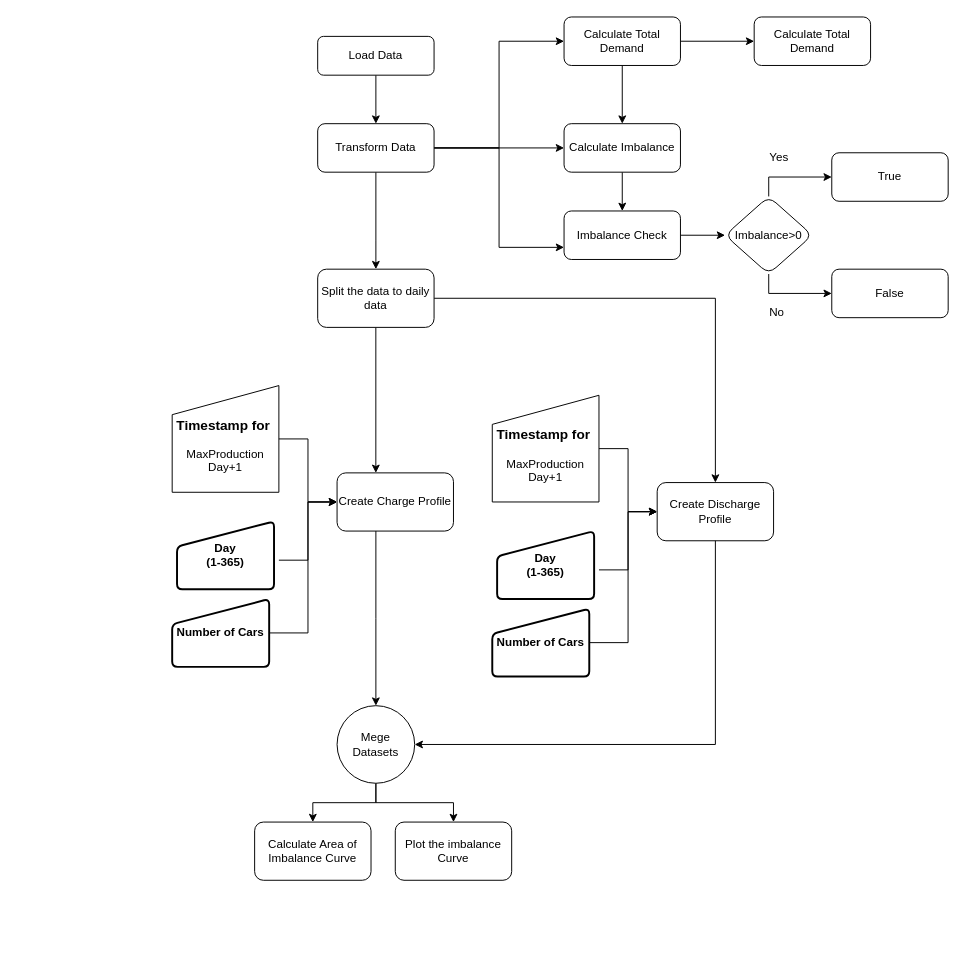
SteDiamant/MicroGridModeling keeps this draw.io diagram as ModelTopology.drawio. Above is the earlier version. Source tidied: cells renumbered, new cells numbered last; positions are measured from the earlier drawing's top-left corner, leaving out a move shared by most shapes. Both pictures are drawn from the tidied source at 97%, with x=0, y=0 at pixel (172, 16).
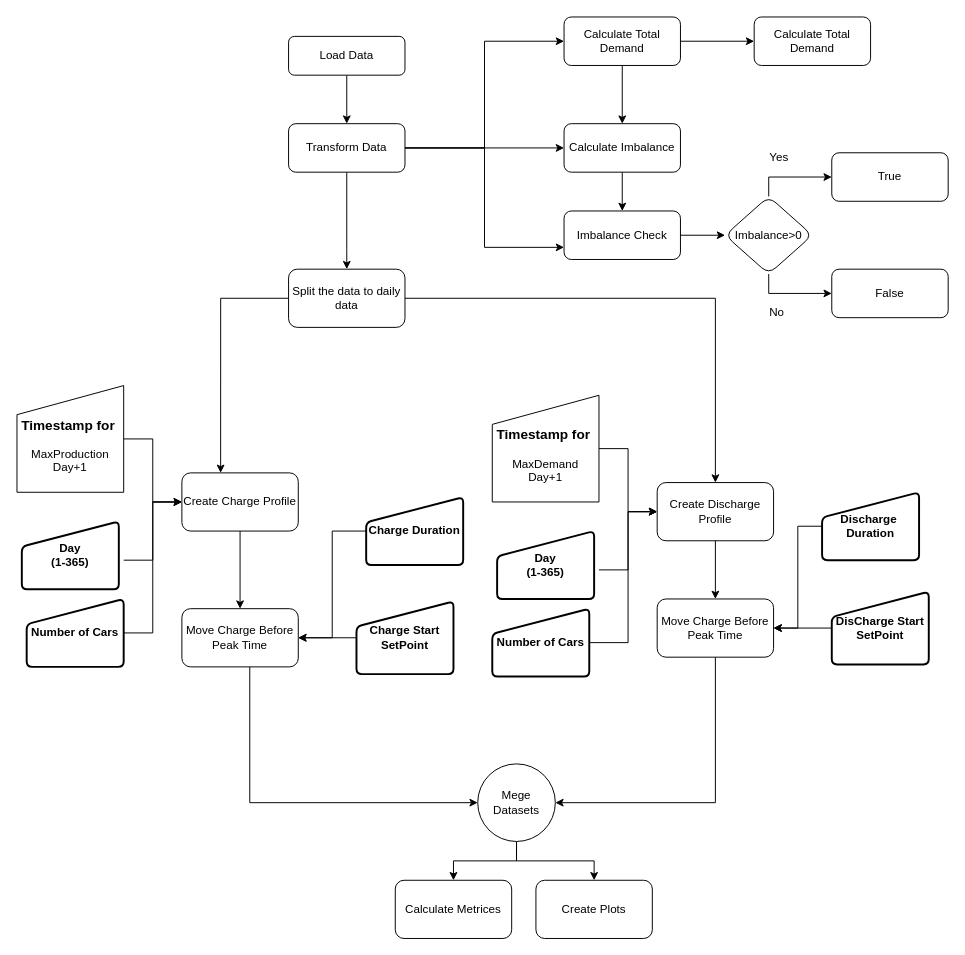
The same diagram, later.

The change refers to these unchanged cells:
```xml
<mxCell id="30" value="Create Charge Profile" style="rounded=1;whiteSpace=wrap;html=1;glass=0;strokeWidth=1;shadow=0;" parent="28" vertex="1">
  <mxGeometry x="170" y="90" width="120" height="60" as="geometry" />
</mxCell>
<mxCell id="34" style="group;" parent="1" vertex="1">
  <mxGeometry x="330" y="390" width="290" height="210" as="geometry" />
</mxCell>
<mxCell id="36" value="Create Discharge Profile" style="rounded=1;whiteSpace=wrap;html=1;glass=0;strokeWidth=1;shadow=0;" parent="34" vertex="1">
  <mxGeometry x="170" y="90" width="120" height="60" as="geometry" />
</mxCell>
```

Change to the diagram source:
```diff
@@
     <mxCell id="3" value="Load Data" style="rounded=1;whiteSpace=wrap;html=1;fontSize=12;glass=0;strokeWidth=1;shadow=0;" parent="1" vertex="1">
-      <mxGeometry x="150" y="20" width="120" height="40" as="geometry" />
+      <mxGeometry x="120" y="20" width="120" height="40" as="geometry" />
     </mxCell>
@@
     <mxCell id="5" style="edgeStyle=orthogonalEdgeStyle;rounded=0;jettySize=auto;html=1;" parent="1" edge="1" source="8" target="27">
       <mxGeometry relative="1" as="geometry">
         <Array as="points">
-          <mxPoint x="210" y="230" />
-          <mxPoint x="210" y="230" />
+          <mxPoint x="180" y="240" />
+          <mxPoint x="180" y="240" />
         </Array>
       </mxGeometry>
     </mxCell>
@@
     <mxCell id="8" value="Transform Data" style="rounded=1;whiteSpace=wrap;html=1;fontSize=12;glass=0;strokeWidth=1;shadow=0;" parent="1" vertex="1">
-      <mxGeometry x="150" y="110" width="120" height="50" as="geometry" />
+      <mxGeometry x="120" y="110" width="120" height="50" as="geometry" />
     </mxCell>
@@
     <mxCell id="25" style="edgeStyle=orthogonalEdgeStyle;rounded=0;jettySize=auto;html=1;entryX=0.333;entryY=0;entryDx=0;entryDy=0;entryPerimeter=0;" parent="1" edge="1" source="27" target="30">
-      <mxGeometry relative="1" as="geometry" />
+      <mxGeometry relative="1" as="geometry">
+        <Array as="points">
+          <mxPoint x="50" y="290" />
+        </Array>
+      </mxGeometry>
     </mxCell>
@@
     <mxCell id="27" value="Split the data to daily data" style="whiteSpace=wrap;html=1;rounded=1;glass=0;strokeWidth=1;shadow=0;" parent="1" vertex="1">
-      <mxGeometry x="150" y="260" width="120" height="60" as="geometry" />
+      <mxGeometry x="120" y="260" width="120" height="60" as="geometry" />
     </mxCell>
     <mxCell id="28" style="group;" parent="1" vertex="1">
-      <mxGeometry y="380" width="290" height="210" as="geometry" />
+      <mxGeometry x="-160" y="380" width="290" height="210" as="geometry" />
     </mxCell>
@@
-    <mxCell id="37" value="&lt;h3&gt;Timestamp for&amp;nbsp;&lt;/h3&gt;MaxProduction&lt;br&gt;Day+1" style="shape=manualInput;whiteSpace=wrap;html=1;" parent="34" vertex="1">
+    <mxCell id="37" value="&lt;h3&gt;Timestamp for&amp;nbsp;&lt;/h3&gt;MaxDemand&lt;br&gt;Day+1" style="shape=manualInput;whiteSpace=wrap;html=1;" parent="34" vertex="1">
       <mxGeometry width="110" height="110" as="geometry" />
     </mxCell>
@@
     <mxCell id="42" value="Mege Datasets" style="ellipse;whiteSpace=wrap;html=1;rounded=1;glass=0;strokeWidth=1;shadow=0;" parent="1" vertex="1">
-      <mxGeometry x="170" y="710" width="80" height="80" as="geometry" />
+      <mxGeometry x="315" y="770" width="80" height="80" as="geometry" />
     </mxCell>
-    <mxCell id="43" style="edgeStyle=orthogonalEdgeStyle;rounded=0;jettySize=auto;html=1;" parent="1" edge="1" source="30" target="42">
-      <mxGeometry relative="1" as="geometry">
-        <Array as="points">
-          <mxPoint x="210" y="620" />
-          <mxPoint x="210" y="620" />
-        </Array>
-      </mxGeometry>
-    </mxCell>
-    <mxCell id="44" style="edgeStyle=orthogonalEdgeStyle;rounded=0;jettySize=auto;html=1;entryX=1;entryY=0.5;entryDx=0;entryDy=0;" parent="1" edge="1" source="36" target="42">
-      <mxGeometry relative="1" as="geometry">
-        <Array as="points">
-          <mxPoint x="560" y="750" />
-        </Array>
-      </mxGeometry>
-    </mxCell>
-    <mxCell id="45" value="Calculate Area of Imbalance Curve" style="rounded=1;whiteSpace=wrap;html=1;" parent="1" vertex="1">
-      <mxGeometry x="85" y="830" width="120" height="60" as="geometry" />
+    <mxCell id="45" value="Calculate Metrices" style="rounded=1;whiteSpace=wrap;html=1;" parent="1" vertex="1">
+      <mxGeometry x="230" y="890" width="120" height="60" as="geometry" />
     </mxCell>
     <mxCell id="46" style="edgeStyle=orthogonalEdgeStyle;rounded=0;jettySize=auto;html=1;entryX=0;entryY=0.5;entryDx=0;entryDy=0;" parent="1" edge="1" source="47" target="30">
       <mxGeometry relative="1" as="geometry">
         <Array as="points">
-          <mxPoint x="140" y="635" />
-          <mxPoint x="140" y="500" />
+          <mxPoint x="-20" y="635" />
+          <mxPoint x="-20" y="500" />
         </Array>
       </mxGeometry>
     </mxCell>
     <mxCell id="47" value="&lt;b&gt;Number of Cars&lt;br&gt;&lt;/b&gt;" style="html=1;strokeWidth=2;shape=manualInput;whiteSpace=wrap;rounded=1;size=26;arcSize=11;" parent="1" vertex="1">
-      <mxGeometry y="600" width="100" height="70" as="geometry" />
+      <mxGeometry x="-150" y="600" width="100" height="70" as="geometry" />
     </mxCell>
@@
-    <mxCell id="50" value="Plot the imbalance Curve" style="rounded=1;whiteSpace=wrap;html=1;" parent="1" vertex="1">
-      <mxGeometry x="230" y="830" width="120" height="60" as="geometry" />
+    <mxCell id="50" value="Create Plots" style="rounded=1;whiteSpace=wrap;html=1;" parent="1" vertex="1">
+      <mxGeometry x="375" y="890" width="120" height="60" as="geometry" />
     </mxCell>
+    <mxCell id="51" style="edgeStyle=orthogonalEdgeStyle;rounded=0;jettySize=auto;html=1;entryX=0;entryY=0.5;entryDx=0;entryDy=0;" parent="1" edge="1" source="52" target="42">
+      <mxGeometry relative="1" as="geometry">
+        <Array as="points">
+          <mxPoint x="80" y="810" />
+        </Array>
+      </mxGeometry>
+    </mxCell>
+    <mxCell id="52" value="Move Charge Before Peak Time" style="whiteSpace=wrap;html=1;rounded=1;glass=0;strokeWidth=1;shadow=0;" parent="1" vertex="1">
+      <mxGeometry x="10" y="610" width="120" height="60" as="geometry" />
+    </mxCell>
+    <mxCell id="53" style="edgeStyle=orthogonalEdgeStyle;rounded=0;jettySize=auto;html=1;" parent="1" edge="1" source="30" target="52">
+      <mxGeometry relative="1" as="geometry" />
+    </mxCell>
+    <mxCell id="54" style="edgeStyle=orthogonalEdgeStyle;rounded=0;jettySize=auto;html=1;entryX=1;entryY=0.5;entryDx=0;entryDy=0;" parent="1" edge="1" source="55" target="52">
+      <mxGeometry relative="1" as="geometry" />
+    </mxCell>
+    <mxCell id="55" value="&lt;b&gt;Charge Duration&lt;br&gt;&lt;/b&gt;" style="html=1;strokeWidth=2;shape=manualInput;whiteSpace=wrap;rounded=1;size=26;arcSize=11;" parent="1" vertex="1">
+      <mxGeometry x="200" y="495" width="100" height="70" as="geometry" />
+    </mxCell>
+    <mxCell id="56" style="edgeStyle=orthogonalEdgeStyle;rounded=0;jettySize=auto;html=1;" parent="1" edge="1" source="57" target="52">
+      <mxGeometry relative="1" as="geometry" />
+    </mxCell>
+    <mxCell id="57" value="&lt;b&gt;Charge Start SetPoint&lt;br&gt;&lt;/b&gt;" style="html=1;strokeWidth=2;shape=manualInput;whiteSpace=wrap;rounded=1;size=26;arcSize=11;" parent="1" vertex="1">
+      <mxGeometry x="190" y="602.5" width="100" height="75" as="geometry" />
+    </mxCell>
+    <mxCell id="58" style="edgeStyle=orthogonalEdgeStyle;rounded=0;jettySize=auto;html=1;entryX=1;entryY=0.5;entryDx=0;entryDy=0;" parent="1" edge="1" source="59" target="42">
+      <mxGeometry relative="1" as="geometry">
+        <Array as="points">
+          <mxPoint x="560" y="810" />
+        </Array>
+      </mxGeometry>
+    </mxCell>
+    <mxCell id="59" value="Move Charge Before Peak Time" style="whiteSpace=wrap;html=1;rounded=1;glass=0;strokeWidth=1;shadow=0;" parent="1" vertex="1">
+      <mxGeometry x="500" y="600" width="120" height="60" as="geometry" />
+    </mxCell>
+    <mxCell id="60" style="edgeStyle=orthogonalEdgeStyle;rounded=0;jettySize=auto;html=1;entryX=1;entryY=0.5;entryDx=0;entryDy=0;" parent="1" edge="1" source="61" target="59">
+      <mxGeometry relative="1" as="geometry" />
+    </mxCell>
+    <mxCell id="61" value="&lt;b&gt;Discharge&amp;nbsp;&lt;br&gt;Duration&lt;br&gt;&lt;/b&gt;" style="html=1;strokeWidth=2;shape=manualInput;whiteSpace=wrap;rounded=1;size=26;arcSize=11;" parent="1" vertex="1">
+      <mxGeometry x="670" y="490" width="100" height="70" as="geometry" />
+    </mxCell>
+    <mxCell id="62" style="edgeStyle=orthogonalEdgeStyle;rounded=0;jettySize=auto;html=1;" parent="1" edge="1" source="63" target="59">
+      <mxGeometry relative="1" as="geometry" />
+    </mxCell>
+    <mxCell id="63" value="&lt;b&gt;DisCharge Start SetPoint&lt;br&gt;&lt;/b&gt;" style="html=1;strokeWidth=2;shape=manualInput;whiteSpace=wrap;rounded=1;size=26;arcSize=11;" parent="1" vertex="1">
+      <mxGeometry x="680" y="592.5" width="100" height="75" as="geometry" />
+    </mxCell>
+    <mxCell id="64" style="edgeStyle=orthogonalEdgeStyle;rounded=0;jettySize=auto;html=1;" parent="1" edge="1" source="36" target="59">
+      <mxGeometry relative="1" as="geometry" />
+    </mxCell>
```
